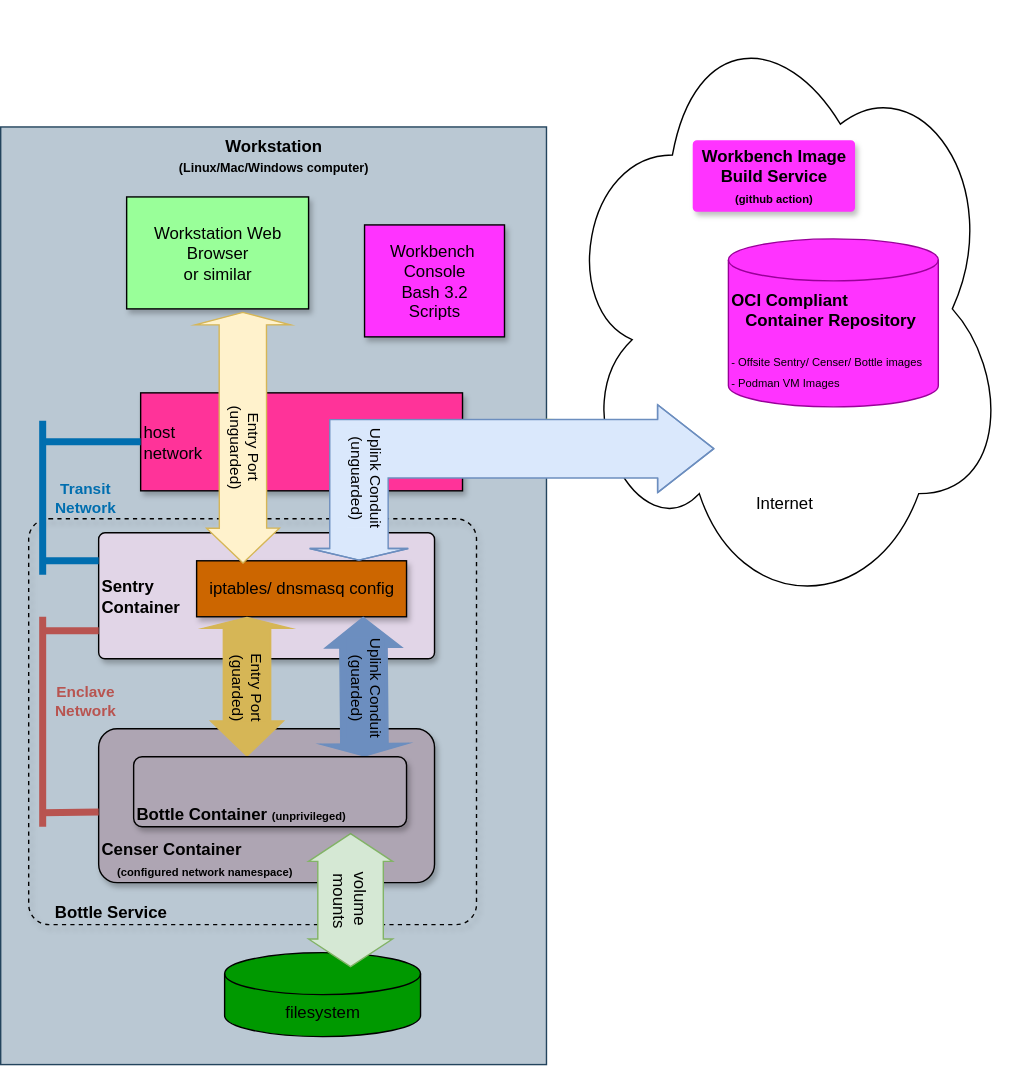
The draw.io diagram rbm-abstract-drawio.svg in bhyslop/recipemuster, before a commit. Source tidied: cells renumbered, new cells last; positions are measured from the earlier drawing's top-left corner, leaving out a move shared by most shapes.
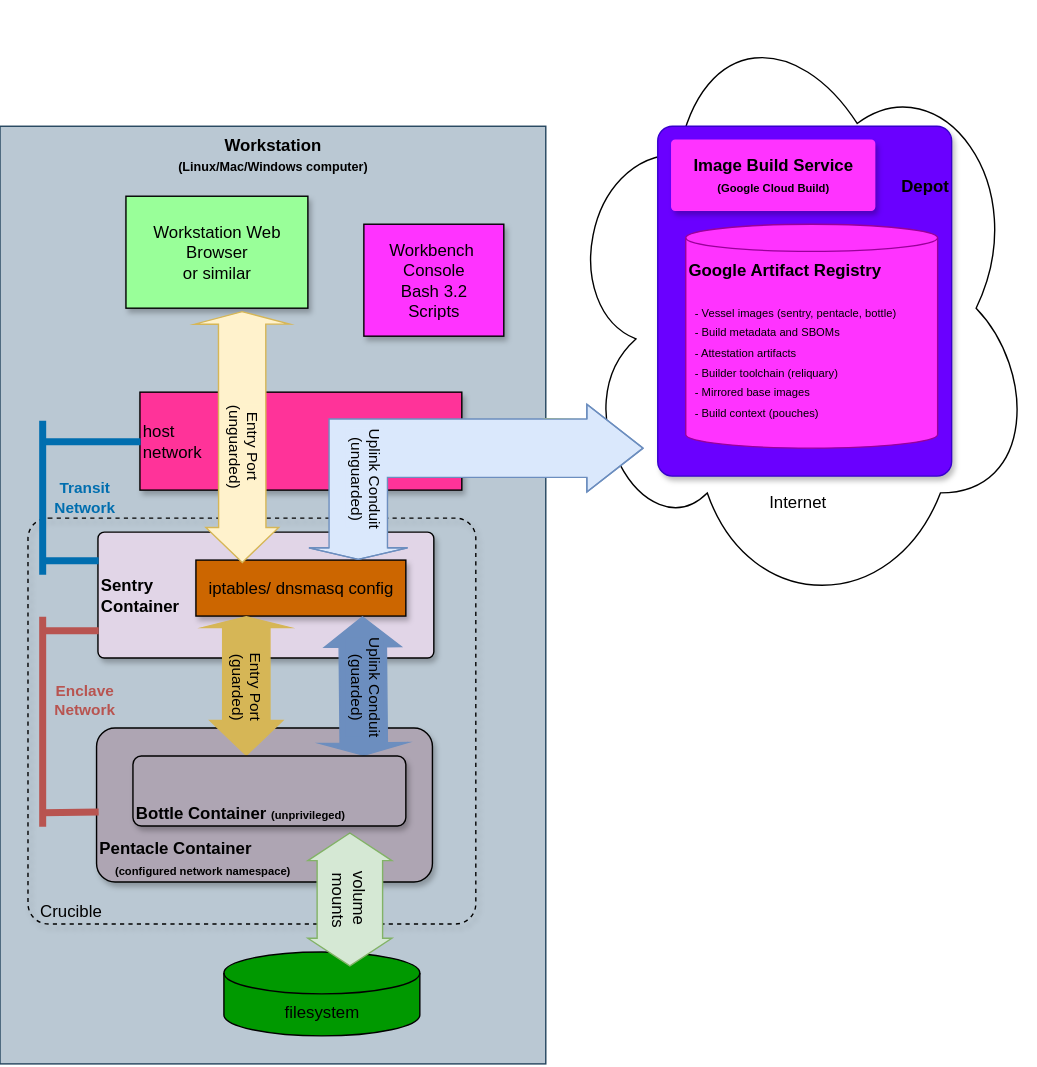
After the change.

Diff of the diagram source:
```diff
@@ -5,14 +5,14 @@
     <mxCell id="2" value="Workstation&lt;div&gt;&lt;font style=&quot;font-size: 9px;&quot;&gt;(Linux/Mac/Windows computer)&lt;/font&gt;&lt;/div&gt;" style="whiteSpace=wrap;html=1;rounded=0;glass=0;shadow=0;arcSize=5;verticalAlign=top;fillColor=#bac8d3;strokeColor=#23445d;fontStyle=1;fontColor=#000000;" parent="1" vertex="1">
       <mxGeometry y="90" width="390" height="670" as="geometry" />
     </mxCell>
-    <mxCell id="3" value="&lt;b&gt;&amp;nbsp; &amp;nbsp; &amp;nbsp;Bottle Service&lt;/b&gt;" style="whiteSpace=wrap;html=1;rounded=1;glass=0;shadow=1;arcSize=5;fillColor=none;dashed=1;align=left;verticalAlign=bottom;fontColor=#000000;strokeColor=#000000;" parent="1" vertex="1">
+    <mxCell id="3" value="&amp;nbsp;&lt;div&gt;&amp;nbsp; Crucible&lt;/div&gt;" style="whiteSpace=wrap;html=1;rounded=1;glass=0;shadow=1;arcSize=5;fillColor=none;dashed=1;align=left;verticalAlign=bottom;fontColor=#000000;strokeColor=#000000;" parent="1" vertex="1">
       <mxGeometry x="20" y="370" width="320" height="290" as="geometry" />
     </mxCell>
     <mxCell id="4" value="Sentry&lt;div&gt;Container&lt;/div&gt;" style="whiteSpace=wrap;html=1;rounded=1;glass=0;shadow=1;arcSize=5;verticalAlign=middle;align=left;fillColor=#e1d5e7;strokeColor=#000000;fontStyle=1;fontColor=#000000;" parent="1" vertex="1">
       <mxGeometry x="70" y="380" width="240" height="90" as="geometry" />
     </mxCell>
-    <mxCell id="5" value="&lt;font style=&quot;color: rgb(0, 0, 0);&quot;&gt;Censer Container&lt;/font&gt;&lt;div&gt;&lt;font style=&quot;font-size: 8px;&quot; color=&quot;#000000&quot;&gt;&amp;nbsp; &amp;nbsp; &amp;nbsp;(configured network namespace)&lt;/font&gt;&lt;/div&gt;" style="whiteSpace=wrap;html=1;rounded=1;glass=0;shadow=1;arcSize=12;align=left;verticalAlign=bottom;fillColor=light-dark(#AEA5B3, #e1d5e7);strokeColor=#000000;fontStyle=1;fontColor=#000000;" parent="1" vertex="1">
-      <mxGeometry x="70" y="520" width="240" height="110" as="geometry" />
+    <mxCell id="5" value="&lt;font style=&quot;color: rgb(0, 0, 0);&quot;&gt;Pentacle Container&lt;/font&gt;&lt;div&gt;&lt;font style=&quot;font-size: 8px;&quot; color=&quot;#000000&quot;&gt;&amp;nbsp; &amp;nbsp; &amp;nbsp;(configured network namespace)&lt;/font&gt;&lt;/div&gt;" style="whiteSpace=wrap;html=1;rounded=1;glass=0;shadow=1;arcSize=12;align=left;verticalAlign=bottom;fillColor=light-dark(#AEA5B3, #e1d5e7);strokeColor=#000000;fontStyle=1;fontColor=#000000;" parent="1" vertex="1">
+      <mxGeometry x="69" y="520" width="240" height="110" as="geometry" />
     </mxCell>
     <mxCell id="6" value="Enclave&lt;div&gt;Network&lt;/div&gt;" style="edgeStyle=none;orthogonalLoop=1;jettySize=auto;html=1;rounded=0;endArrow=none;endFill=0;fillColor=#f8cecc;strokeColor=#b85450;strokeWidth=5;fontColor=#B85450;fontStyle=1;labelBackgroundColor=none;" parent="1" edge="1">
       <mxGeometry x="0.2" y="-30" relative="1" as="geometry">
@@ -93,24 +93,28 @@
       <mxGeometry x="95" y="540" width="195" height="50" as="geometry" />
     </mxCell>
     <mxCell id="22" value="&lt;div&gt;&lt;span style=&quot;background-color: transparent; color: light-dark(rgb(0, 0, 0), rgb(255, 255, 255));&quot;&gt;Internet&lt;/span&gt;&lt;/div&gt;&lt;div&gt;&lt;span style=&quot;background-color: transparent; color: light-dark(rgb(0, 0, 0), rgb(255, 255, 255));&quot;&gt;&lt;br&gt;&lt;/span&gt;&lt;/div&gt;&lt;div&gt;&lt;span style=&quot;background-color: transparent; color: light-dark(rgb(0, 0, 0), rgb(255, 255, 255));&quot;&gt;&lt;br&gt;&lt;/span&gt;&lt;/div&gt;&lt;div&gt;&lt;span style=&quot;background-color: transparent; color: light-dark(rgb(0, 0, 0), rgb(255, 255, 255));&quot;&gt;&lt;br&gt;&lt;/span&gt;&lt;/div&gt;&lt;div&gt;&lt;span style=&quot;background-color: transparent; color: light-dark(rgb(0, 0, 0), rgb(255, 255, 255));&quot;&gt;&lt;br&gt;&lt;/span&gt;&lt;/div&gt;&lt;div&gt;&lt;span style=&quot;background-color: transparent; color: light-dark(rgb(0, 0, 0), rgb(255, 255, 255));&quot;&gt;&lt;br&gt;&lt;/span&gt;&lt;/div&gt;" style="ellipse;shape=cloud;whiteSpace=wrap;html=1;verticalAlign=bottom;" parent="1" vertex="1">
-      <mxGeometry x="400" width="320" height="440" as="geometry" />
+      <mxGeometry x="400" width="340" height="440" as="geometry" />
     </mxCell>
+    <mxCell id="27" value="&lt;div&gt;&lt;br&gt;&lt;/div&gt;&lt;div&gt;&lt;br&gt;&lt;/div&gt;&lt;div&gt;&lt;span style=&quot;background-color: transparent; color: light-dark(rgb(0, 0, 0), rgb(237, 237, 237));&quot;&gt;&amp;nbsp; Depot&lt;/span&gt;&lt;/div&gt;" style="whiteSpace=wrap;html=1;rounded=1;glass=0;shadow=1;arcSize=5;verticalAlign=top;align=right;fillColor=#6a00ff;strokeColor=#3700CC;fontStyle=1;fontColor=#ffffff;" parent="1" vertex="1">
+      <mxGeometry x="470" y="90" width="210" height="250" as="geometry" />
+    </mxCell>
+    <mxCell id="24" value="&lt;b&gt;Google Artifact&amp;nbsp;&lt;/b&gt;&lt;b style=&quot;background-color: transparent; color: light-dark(rgb(0, 0, 0), rgb(237, 237, 237));&quot;&gt;Registry&lt;/b&gt;&lt;div&gt;&lt;br&gt;&lt;div&gt;&lt;span style=&quot;font-size: 8px;&quot;&gt;&amp;nbsp; - Vessel images (sentry, pentacle, bottle)&lt;/span&gt;&lt;/div&gt;&lt;div&gt;&lt;span style=&quot;font-size: 8px;&quot;&gt;&amp;nbsp; - Build metadata and SBOMs&lt;/span&gt;&lt;/div&gt;&lt;div&gt;&lt;span style=&quot;font-size: 8px;&quot;&gt;&amp;nbsp; - Attestation artifacts&lt;/span&gt;&lt;/div&gt;&lt;div&gt;&lt;span style=&quot;font-size: 8px;&quot;&gt;&amp;nbsp; - Builder toolchain (reliquary)&lt;/span&gt;&lt;/div&gt;&lt;div&gt;&lt;span style=&quot;font-size: 8px;&quot;&gt;&amp;nbsp; - Mirrored base images&lt;/span&gt;&lt;/div&gt;&lt;div&gt;&lt;span style=&quot;font-size: 8px;&quot;&gt;&amp;nbsp; - Build context (pouches)&lt;/span&gt;&lt;/div&gt;&lt;/div&gt;" style="shape=cylinder3;whiteSpace=wrap;html=1;boundedLbl=1;backgroundOutline=1;size=9.705882352941245;fillColor=light-dark(#FF33FF, #e1d5e7);fontColor=#000000;strokeColor=#990099;verticalAlign=top;align=left;" parent="1" vertex="1">
+      <mxGeometry x="490" y="160" width="180" height="160" as="geometry" />
+    </mxCell>
-    <mxCell id="23" value="Uplink Conduit&lt;div&gt;(unguarded)&lt;/div&gt;" style="shape=flexArrow;endArrow=classic;startArrow=classic;html=1;rounded=0;width=41.714285714285715;endSize=2.4238095238095236;startSize=13.060606060606062;endWidth=27.755102040816325;textDirection=vertical-rl;fillColor=#dae8fc;strokeColor=#6c8ebf;labelBackgroundColor=#DAE8FC;exitX=0.344;exitY=0.727;exitDx=0;exitDy=0;exitPerimeter=0;fontColor=#000000;" parent="1" edge="1" source="22">
+    <mxCell id="23" value="Uplink Conduit&lt;div&gt;(unguarded)&lt;/div&gt;" style="shape=flexArrow;endArrow=classic;startArrow=classic;html=1;rounded=0;width=41.714285714285715;endSize=2.4238095238095236;startSize=13.060606060606062;endWidth=27.755102040816325;textDirection=vertical-rl;fillColor=#dae8fc;strokeColor=#6c8ebf;labelBackgroundColor=#DAE8FC;fontColor=#000000;" parent="1" edge="1">
       <mxGeometry x="0.94" y="4" relative="1" as="geometry">
+        <mxPoint x="460" y="320" as="sourcePoint" />
         <mxPoint x="256" y="400" as="targetPoint" />
         <Array as="points">
           <mxPoint x="256" y="320" />
         </Array>
       </mxGeometry>
     </mxCell>
-    <mxCell id="24" value="&lt;b&gt;OCI Compliant&amp;nbsp;&lt;/b&gt;&lt;div&gt;&lt;b&gt;&amp;nbsp; &amp;nbsp;Container Repository&lt;br&gt;&lt;/b&gt;&lt;br&gt;&lt;font style=&quot;font-size: 8px;&quot;&gt;- Offsite Sentry/ Censer/ Bottle images&lt;/font&gt;&lt;div&gt;&lt;font style=&quot;font-size: 8px;&quot;&gt;- Podman VM Images&lt;/font&gt;&lt;/div&gt;&lt;/div&gt;" style="shape=cylinder3;whiteSpace=wrap;html=1;boundedLbl=1;backgroundOutline=1;size=15;fillColor=light-dark(#FF33FF, #e1d5e7);fontColor=#000000;strokeColor=#990099;verticalAlign=top;align=left;" parent="1" vertex="1">
-      <mxGeometry x="520" y="170" width="150" height="120" as="geometry" />
-    </mxCell>
     <mxCell id="25" value="Workbench&amp;nbsp;&lt;div&gt;Console&lt;/div&gt;&lt;div&gt;Bash 3.2&lt;/div&gt;&lt;div&gt;Scripts&lt;/div&gt;" style="whiteSpace=wrap;html=1;rounded=0;glass=0;shadow=1;arcSize=5;fillColor=#FF33FF;strokeColor=#000000;fontColor=#000000;" parent="1" vertex="1">
       <mxGeometry x="260" y="160" width="100" height="80" as="geometry" />
     </mxCell>
-    <mxCell id="26" value="Workbench&amp;nbsp;&lt;span style=&quot;background-color: transparent;&quot;&gt;Image Build Service&lt;/span&gt;&lt;div&gt;&lt;span style=&quot;background-color: transparent;&quot;&gt;&lt;font style=&quot;font-size: 8px;&quot;&gt;(github action)&lt;/font&gt;&lt;/span&gt;&lt;/div&gt;" style="whiteSpace=wrap;html=1;rounded=1;glass=0;shadow=1;arcSize=5;verticalAlign=middle;align=center;fillColor=#FF33FF;strokeColor=#FF33FF;fontStyle=1;fontColor=#000000;" parent="1" vertex="1">
-      <mxGeometry x="495" y="100" width="115" height="50" as="geometry" />
+    <mxCell id="26" value="&lt;span style=&quot;background-color: transparent;&quot;&gt;Image Build Service&lt;/span&gt;&lt;div&gt;&lt;span style=&quot;font-size: 8px;&quot;&gt;(Google Cloud Build)&lt;/span&gt;&lt;/div&gt;" style="whiteSpace=wrap;html=1;rounded=1;glass=0;shadow=1;arcSize=5;verticalAlign=middle;align=center;fillColor=#FF33FF;strokeColor=#FF33FF;fontStyle=1;fontColor=#000000;" parent="1" vertex="1">
+      <mxGeometry x="480" y="100" width="145" height="50" as="geometry" />
     </mxCell>
   </root>
 </mxGraphModel>
```
